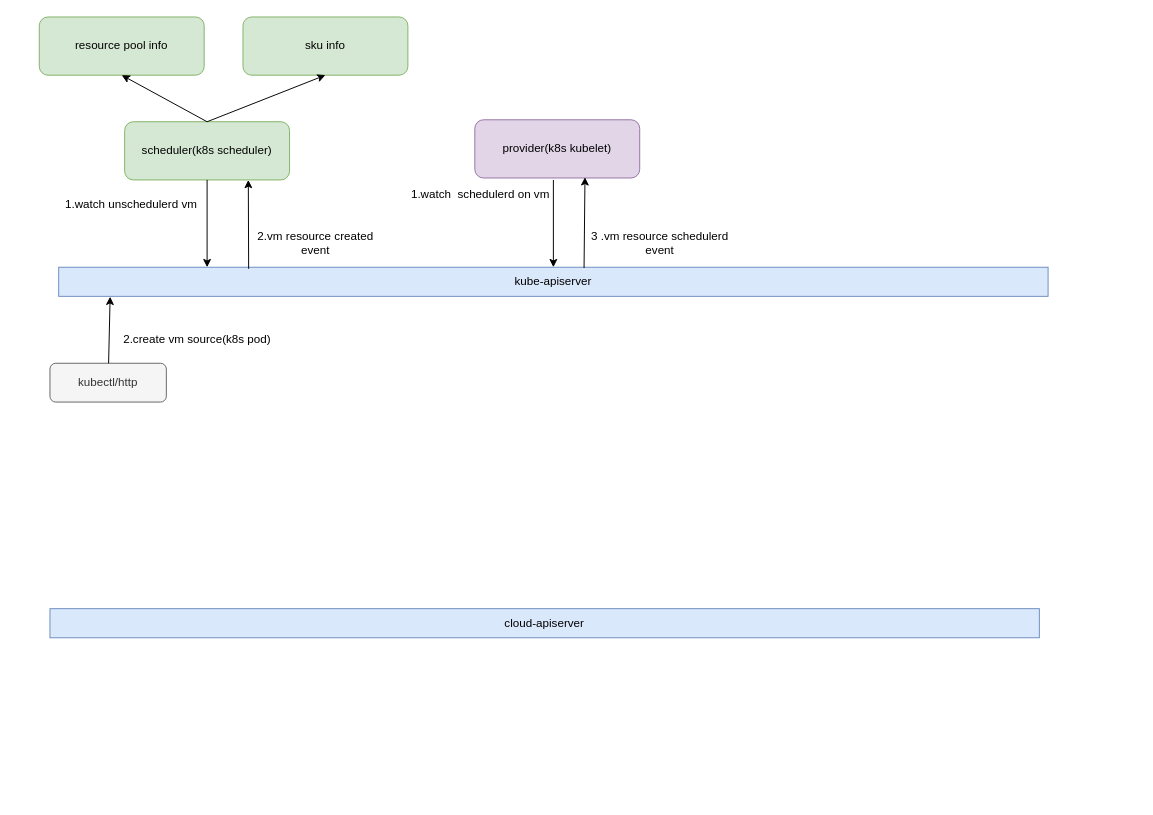
Above: page "第 2 页" (2 of 2) of cloud-datastruct/未命名绘图.drawio in pengcong08/design-doc (draw.io), before the change. Source tidied: cells renumbered, new cells numbered last; positions are measured from the earlier drawing's top-left corner, leaving out a move shared by most shapes. Both pictures are drawn from the tidied source at 97%, with x=0, y=0 at pixel (39, 16).
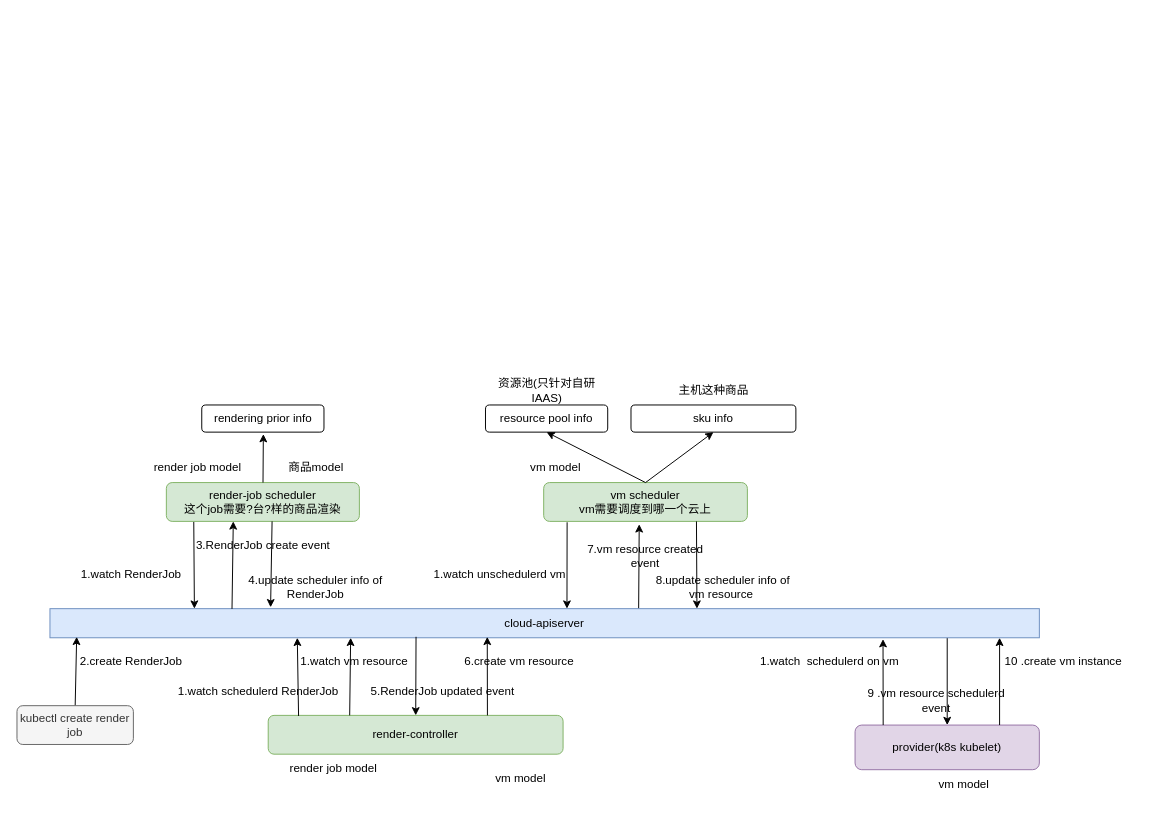
After the change.

Commit message (it also covers changes not shown here):
更新未命名绘图.drawio

The change refers to these unchanged cells:
```xml
<mxCell id="20" value="cloud-apiserver" style="rounded=0;whiteSpace=wrap;html=1;fillColor=#dae8fc;strokeColor=#6c8ebf;" parent="1" vertex="1">
  <mxGeometry x="11" y="610" width="1020" height="30" as="geometry" />
</mxCell>
```

The edit, as a diff of the source:
```diff
@@
-    <mxCell id="2" value="kube-apiserver" style="rounded=0;whiteSpace=wrap;html=1;fillColor=#dae8fc;strokeColor=#6c8ebf;" parent="1" vertex="1">
-      <mxGeometry x="20" y="258" width="1020" height="30" as="geometry" />
-    </mxCell>
-    <mxCell id="3" value="scheduler(k8s scheduler)" style="rounded=1;whiteSpace=wrap;html=1;fillColor=#d5e8d4;strokeColor=#82b366;" parent="1" vertex="1">
-      <mxGeometry x="88" y="108" width="170" height="60" as="geometry" />
+    <mxCell id="3" value="vm scheduler&lt;br&gt;vm需要调度到哪一个云上" style="rounded=1;whiteSpace=wrap;html=1;fillColor=#d5e8d4;strokeColor=#82b366;" parent="1" vertex="1">
+      <mxGeometry x="520" y="480" width="210" height="40" as="geometry" />
     </mxCell>
     <mxCell id="4" value="provider(k8s kubelet)" style="rounded=1;whiteSpace=wrap;html=1;fillColor=#e1d5e7;strokeColor=#9673a6;" parent="1" vertex="1">
-      <mxGeometry x="449" y="106" width="170" height="60" as="geometry" />
+      <mxGeometry x="841" y="730" width="190" height="46" as="geometry" />
     </mxCell>
-    <mxCell id="5" style="endArrow=classic;html=1;rounded=0;exitX=0.5;exitY=1;exitDx=0;exitDy=0;entryX=0.15;entryY=0;entryDx=0;entryDy=0;entryPerimeter=0;" parent="1" edge="1" source="3" target="2">
-      <mxGeometry relative="1" as="geometry" />
+    <mxCell id="5" style="endArrow=classic;html=1;rounded=0;exitX=0.115;exitY=1.023;exitDx=0;exitDy=0;exitPerimeter=0;" parent="1" edge="1" source="3">
+      <mxGeometry relative="1" as="geometry">
+        <mxPoint x="544" y="610" as="targetPoint" />
+      </mxGeometry>
     </mxCell>
     <mxCell id="6" value="1.watch unschedulerd vm" style="text;html=1;strokeColor=none;fillColor=none;align=center;verticalAlign=middle;whiteSpace=wrap;rounded=0;" parent="1" vertex="1">
-      <mxGeometry x="20" y="178" width="150" height="30" as="geometry" />
+      <mxGeometry x="400" y="560" width="150" height="30" as="geometry" />
     </mxCell>
-    <mxCell id="7" style="endArrow=classic;html=1;rounded=0;exitX=1;exitY=0;exitDx=0;exitDy=0;" parent="1" edge="1" source="8" target="2">
-      <mxGeometry relative="1" as="geometry" />
+    <mxCell id="7" style="endArrow=classic;html=1;rounded=0;entryX=0.842;entryY=1.047;entryDx=0;entryDy=0;entryPerimeter=0;" parent="1" edge="1" target="20">
+      <mxGeometry relative="1" as="geometry">
+        <mxPoint x="870" y="730" as="sourcePoint" />
+      </mxGeometry>
     </mxCell>
     <mxCell id="8" value="1.watch&amp;nbsp; schedulerd on vm" style="text;html=1;strokeColor=none;fillColor=none;align=center;verticalAlign=middle;whiteSpace=wrap;rounded=0;" parent="1" vertex="1">
-      <mxGeometry x="380" y="168" width="150" height="30" as="geometry" />
+      <mxGeometry x="740" y="650" width="150" height="30" as="geometry" />
     </mxCell>
-    <mxCell id="9" value="kubectl/http" style="rounded=1;whiteSpace=wrap;html=1;fillColor=#f5f5f5;fontColor=#333333;strokeColor=#666666;" parent="1" vertex="1">
-      <mxGeometry x="11" y="357" width="120" height="40" as="geometry" />
-    </mxCell>
-    <mxCell id="10" style="endArrow=classic;html=1;rounded=0;entryX=0.052;entryY=1.013;entryDx=0;entryDy=0;entryPerimeter=0;" parent="1" edge="1" source="9" target="2">
-      <mxGeometry relative="1" as="geometry" />
-    </mxCell>
-    <mxCell id="11" value="2.create vm source(k8s pod)" style="text;html=1;strokeColor=none;fillColor=none;align=center;verticalAlign=middle;whiteSpace=wrap;rounded=0;" parent="1" vertex="1">
-      <mxGeometry x="68" y="318" width="190" height="30" as="geometry" />
-    </mxCell>
-    <mxCell id="12" style="endArrow=classic;html=1;rounded=0;entryX=0.75;entryY=1;entryDx=0;entryDy=0;exitX=0.192;exitY=0.053;exitDx=0;exitDy=0;exitPerimeter=0;" parent="1" edge="1" source="2" target="3">
+    <mxCell id="12" style="endArrow=classic;html=1;rounded=0;exitX=0.595;exitY=0;exitDx=0;exitDy=0;entryX=0.469;entryY=1.075;entryDx=0;entryDy=0;exitPerimeter=0;entryPerimeter=0;" parent="1" edge="1" source="20" target="3">
       <mxGeometry relative="1" as="geometry" />
     </mxCell>
-    <mxCell id="13" value="2.vm resource created event" style="text;html=1;strokeColor=none;fillColor=none;align=center;verticalAlign=middle;whiteSpace=wrap;rounded=0;" parent="1" vertex="1">
-      <mxGeometry x="210" y="218" width="150" height="30" as="geometry" />
+    <mxCell id="13" value="7.vm resource created event" style="text;html=1;strokeColor=none;fillColor=none;align=center;verticalAlign=middle;whiteSpace=wrap;rounded=0;" parent="1" vertex="1">
+      <mxGeometry x="550" y="541.4" width="150" height="30" as="geometry" />
     </mxCell>
-    <mxCell id="14" value="3 .vm resource schedulerd event" style="text;html=1;strokeColor=none;fillColor=none;align=center;verticalAlign=middle;whiteSpace=wrap;rounded=0;" parent="1" vertex="1">
-      <mxGeometry x="565" y="218" width="150" height="30" as="geometry" />
+    <mxCell id="14" value="9 .vm resource schedulerd event" style="text;html=1;strokeColor=none;fillColor=none;align=center;verticalAlign=middle;whiteSpace=wrap;rounded=0;" parent="1" vertex="1">
+      <mxGeometry x="850" y="690" width="150" height="30" as="geometry" />
     </mxCell>
-    <mxCell id="15" style="endArrow=classic;html=1;rounded=0;entryX=0.668;entryY=0.987;entryDx=0;entryDy=0;entryPerimeter=0;exitX=0.531;exitY=0.027;exitDx=0;exitDy=0;exitPerimeter=0;" parent="1" edge="1" source="2" target="4">
-      <mxGeometry relative="1" as="geometry" />
+    <mxCell id="15" style="endArrow=classic;html=1;rounded=0;" parent="1" edge="1" target="4">
+      <mxGeometry relative="1" as="geometry">
+        <mxPoint x="936" y="640" as="sourcePoint" />
+      </mxGeometry>
     </mxCell>
-    <mxCell id="16" value="resource pool info" style="rounded=1;whiteSpace=wrap;html=1;fillColor=#d5e8d4;strokeColor=#82b366;" parent="1" vertex="1">
-      <mxGeometry width="170" height="60" as="geometry" />
+    <mxCell id="16" value="resource pool info" style="rounded=1;whiteSpace=wrap;html=1;" parent="1" vertex="1">
+      <mxGeometry x="460" y="400" width="126" height="28" as="geometry" />
     </mxCell>
-    <mxCell id="17" value="sku info" style="rounded=1;whiteSpace=wrap;html=1;fillColor=#d5e8d4;strokeColor=#82b366;" parent="1" vertex="1">
-      <mxGeometry x="210" width="170" height="60" as="geometry" />
+    <mxCell id="17" value="sku info" style="rounded=1;whiteSpace=wrap;html=1;" parent="1" vertex="1">
+      <mxGeometry x="610" y="400" width="170" height="28" as="geometry" />
     </mxCell>
@@
+    <mxCell id="21" value="render-controller" style="rounded=1;whiteSpace=wrap;html=1;fillColor=#d5e8d4;strokeColor=#82b366;" parent="1" vertex="1">
+      <mxGeometry x="236" y="720" width="304" height="40" as="geometry" />
+    </mxCell>
+    <mxCell id="22" style="endArrow=classic;html=1;rounded=0;exitX=0.103;exitY=0.015;exitDx=0;exitDy=0;entryX=0.25;entryY=1;entryDx=0;entryDy=0;exitPerimeter=0;" parent="1" edge="1" source="21" target="20">
+      <mxGeometry relative="1" as="geometry" />
+    </mxCell>
+    <mxCell id="23" value="1.watch schedulerd RenderJob" style="text;html=1;strokeColor=none;fillColor=none;align=center;verticalAlign=middle;whiteSpace=wrap;rounded=0;" parent="1" vertex="1">
+      <mxGeometry x="131" y="680" width="190" height="30" as="geometry" />
+    </mxCell>
+    <mxCell id="24" value="render-job scheduler&lt;br&gt;这个job需要?台?样的商品渲染" style="rounded=1;whiteSpace=wrap;html=1;fillColor=#d5e8d4;strokeColor=#82b366;" parent="1" vertex="1">
+      <mxGeometry x="131" y="480" width="199" height="40" as="geometry" />
+    </mxCell>
+    <mxCell id="25" style="endArrow=classic;html=1;rounded=0;exitX=0.142;exitY=1.015;exitDx=0;exitDy=0;entryX=0.146;entryY=0;entryDx=0;entryDy=0;entryPerimeter=0;exitPerimeter=0;" parent="1" edge="1" source="24" target="20">
+      <mxGeometry relative="1" as="geometry" />
+    </mxCell>
+    <mxCell id="26" value="1.watch RenderJob" style="text;html=1;strokeColor=none;fillColor=none;align=center;verticalAlign=middle;whiteSpace=wrap;rounded=0;" parent="1" vertex="1">
+      <mxGeometry y="560" width="190" height="30" as="geometry" />
+    </mxCell>
+    <mxCell id="27" style="endArrow=classic;html=1;rounded=0;exitX=0.184;exitY=0.007;exitDx=0;exitDy=0;exitPerimeter=0;" parent="1" edge="1" source="20">
+      <mxGeometry relative="1" as="geometry">
+        <mxPoint x="200" y="520" as="targetPoint" />
+      </mxGeometry>
+    </mxCell>
+    <mxCell id="28" value="3.RenderJob create event" style="text;html=1;strokeColor=none;fillColor=none;align=center;verticalAlign=middle;whiteSpace=wrap;rounded=0;" parent="1" vertex="1">
+      <mxGeometry x="135.5" y="530" width="190" height="30" as="geometry" />
+    </mxCell>
+    <mxCell id="29" style="endArrow=classic;html=1;rounded=0;exitX=0.37;exitY=0.967;exitDx=0;exitDy=0;exitPerimeter=0;startArrow=none;" parent="1" edge="1" source="20" target="21">
+      <mxGeometry relative="1" as="geometry" />
+    </mxCell>
+    <mxCell id="30" style="endArrow=classic;html=1;rounded=0;entryX=0.442;entryY=0.967;entryDx=0;entryDy=0;entryPerimeter=0;" parent="1" edge="1" target="20">
+      <mxGeometry relative="1" as="geometry">
+        <mxPoint x="462" y="720" as="sourcePoint" />
+      </mxGeometry>
+    </mxCell>
+    <mxCell id="31" value="6.create vm resource" style="text;html=1;strokeColor=none;fillColor=none;align=center;verticalAlign=middle;whiteSpace=wrap;rounded=0;" parent="1" vertex="1">
+      <mxGeometry x="400" y="650" width="190" height="30" as="geometry" />
+    </mxCell>
+    <mxCell id="32" style="endArrow=classic;html=1;rounded=0;entryX=0.027;entryY=0.967;entryDx=0;entryDy=0;entryPerimeter=0;exitX=0.5;exitY=0;exitDx=0;exitDy=0;" parent="1" edge="1" source="33" target="20">
+      <mxGeometry relative="1" as="geometry" />
+    </mxCell>
+    <mxCell id="33" value="kubectl create render job" style="rounded=1;whiteSpace=wrap;html=1;fillColor=#f5f5f5;fontColor=#333333;strokeColor=#666666;" parent="1" vertex="1">
+      <mxGeometry x="-23" y="710" width="120" height="40" as="geometry" />
+    </mxCell>
+    <mxCell id="34" value="2.create RenderJob" style="text;html=1;strokeColor=none;fillColor=none;align=center;verticalAlign=middle;whiteSpace=wrap;rounded=0;" parent="1" vertex="1">
+      <mxGeometry y="650" width="190" height="30" as="geometry" />
+    </mxCell>
+    <mxCell id="35" style="endArrow=classic;html=1;rounded=0;entryX=0.223;entryY=-0.047;entryDx=0;entryDy=0;entryPerimeter=0;" parent="1" edge="1" target="20">
+      <mxGeometry relative="1" as="geometry">
+        <mxPoint x="240" y="520" as="sourcePoint" />
+      </mxGeometry>
+    </mxCell>
+    <mxCell id="36" value="4.update scheduler info of RenderJob" style="text;html=1;strokeColor=none;fillColor=none;align=center;verticalAlign=middle;whiteSpace=wrap;rounded=0;" parent="1" vertex="1">
+      <mxGeometry x="190" y="573.4" width="190" height="30" as="geometry" />
+    </mxCell>
+    <mxCell id="37" style="endArrow=classic;html=1;rounded=0;" parent="1" edge="1">
+      <mxGeometry relative="1" as="geometry">
+        <mxPoint x="320" y="720" as="sourcePoint" />
+        <mxPoint x="321" y="640" as="targetPoint" />
+      </mxGeometry>
+    </mxCell>
+    <mxCell id="38" value="5.RenderJob updated event" style="text;html=1;strokeColor=none;fillColor=none;align=center;verticalAlign=middle;whiteSpace=wrap;rounded=0;" parent="1" vertex="1">
+      <mxGeometry x="321" y="680" width="190" height="30" as="geometry" />
+    </mxCell>
+    <mxCell id="39" value="1.watch vm resource" style="text;html=1;strokeColor=none;fillColor=none;align=center;verticalAlign=middle;whiteSpace=wrap;rounded=0;" parent="1" vertex="1">
+      <mxGeometry x="230" y="650" width="190" height="30" as="geometry" />
+    </mxCell>
+    <mxCell id="40" style="endArrow=classic;html=1;rounded=0;exitX=0.75;exitY=1;exitDx=0;exitDy=0;" parent="1" edge="1" source="3">
+      <mxGeometry relative="1" as="geometry">
+        <mxPoint x="678" y="610" as="targetPoint" />
+      </mxGeometry>
+    </mxCell>
+    <mxCell id="41" value="8.update scheduler info of vm resource&amp;nbsp;" style="text;html=1;strokeColor=none;fillColor=none;align=center;verticalAlign=middle;whiteSpace=wrap;rounded=0;" parent="1" vertex="1">
+      <mxGeometry x="630" y="573.4" width="150" height="30" as="geometry" />
+    </mxCell>
+    <mxCell id="42" style="endArrow=classic;html=1;rounded=0;" parent="1" edge="1" source="24">
+      <mxGeometry relative="1" as="geometry">
+        <mxPoint x="231" y="430" as="targetPoint" />
+      </mxGeometry>
+    </mxCell>
+    <mxCell id="43" value="rendering prior info" style="rounded=1;whiteSpace=wrap;html=1;" parent="1" vertex="1">
+      <mxGeometry x="167.5" y="400" width="126" height="28" as="geometry" />
+    </mxCell>
+    <mxCell id="44" style="endArrow=classic;html=1;rounded=0;" parent="1" edge="1">
+      <mxGeometry relative="1" as="geometry">
+        <mxPoint x="990" y="730" as="sourcePoint" />
+        <mxPoint x="990" y="640" as="targetPoint" />
+      </mxGeometry>
+    </mxCell>
+    <mxCell id="45" value="10 .create vm instance" style="text;html=1;strokeColor=none;fillColor=none;align=center;verticalAlign=middle;whiteSpace=wrap;rounded=0;" parent="1" vertex="1">
+      <mxGeometry x="981" y="650" width="150" height="30" as="geometry" />
+    </mxCell>
+    <mxCell id="46" value="资源池(只针对自研IAAS)" style="text;html=1;strokeColor=none;fillColor=none;align=center;verticalAlign=middle;whiteSpace=wrap;rounded=0;" parent="1" vertex="1">
+      <mxGeometry x="469.5" y="370" width="107" height="30" as="geometry" />
+    </mxCell>
+    <mxCell id="47" value="主机这种商品" style="text;html=1;strokeColor=none;fillColor=none;align=center;verticalAlign=middle;whiteSpace=wrap;rounded=0;" parent="1" vertex="1">
+      <mxGeometry x="641.5" y="370" width="107" height="30" as="geometry" />
+    </mxCell>
+    <mxCell id="48" value="商品model" style="text;html=1;strokeColor=none;fillColor=none;align=center;verticalAlign=middle;whiteSpace=wrap;rounded=0;" parent="1" vertex="1">
+      <mxGeometry x="231.5" y="450" width="107" height="30" as="geometry" />
+    </mxCell>
+    <mxCell id="49" value="render job model" style="text;html=1;strokeColor=none;fillColor=none;align=center;verticalAlign=middle;whiteSpace=wrap;rounded=0;" parent="1" vertex="1">
+      <mxGeometry x="250" y="760" width="107" height="30" as="geometry" />
+    </mxCell>
+    <mxCell id="50" value="render job model" style="text;html=1;strokeColor=none;fillColor=none;align=center;verticalAlign=middle;whiteSpace=wrap;rounded=0;" parent="1" vertex="1">
+      <mxGeometry x="110" y="450" width="107" height="30" as="geometry" />
+    </mxCell>
+    <mxCell id="51" value="vm model" style="text;html=1;strokeColor=none;fillColor=none;align=center;verticalAlign=middle;whiteSpace=wrap;rounded=0;" parent="1" vertex="1">
+      <mxGeometry x="443" y="770" width="107" height="30" as="geometry" />
+    </mxCell>
+    <mxCell id="52" value="vm model" style="text;html=1;strokeColor=none;fillColor=none;align=center;verticalAlign=middle;whiteSpace=wrap;rounded=0;" parent="1" vertex="1">
+      <mxGeometry x="479" y="450" width="107" height="30" as="geometry" />
+    </mxCell>
+    <mxCell id="53" value="vm model" style="text;html=1;strokeColor=none;fillColor=none;align=center;verticalAlign=middle;whiteSpace=wrap;rounded=0;" parent="1" vertex="1">
+      <mxGeometry x="900" y="776" width="107" height="30" as="geometry" />
+    </mxCell>
```
